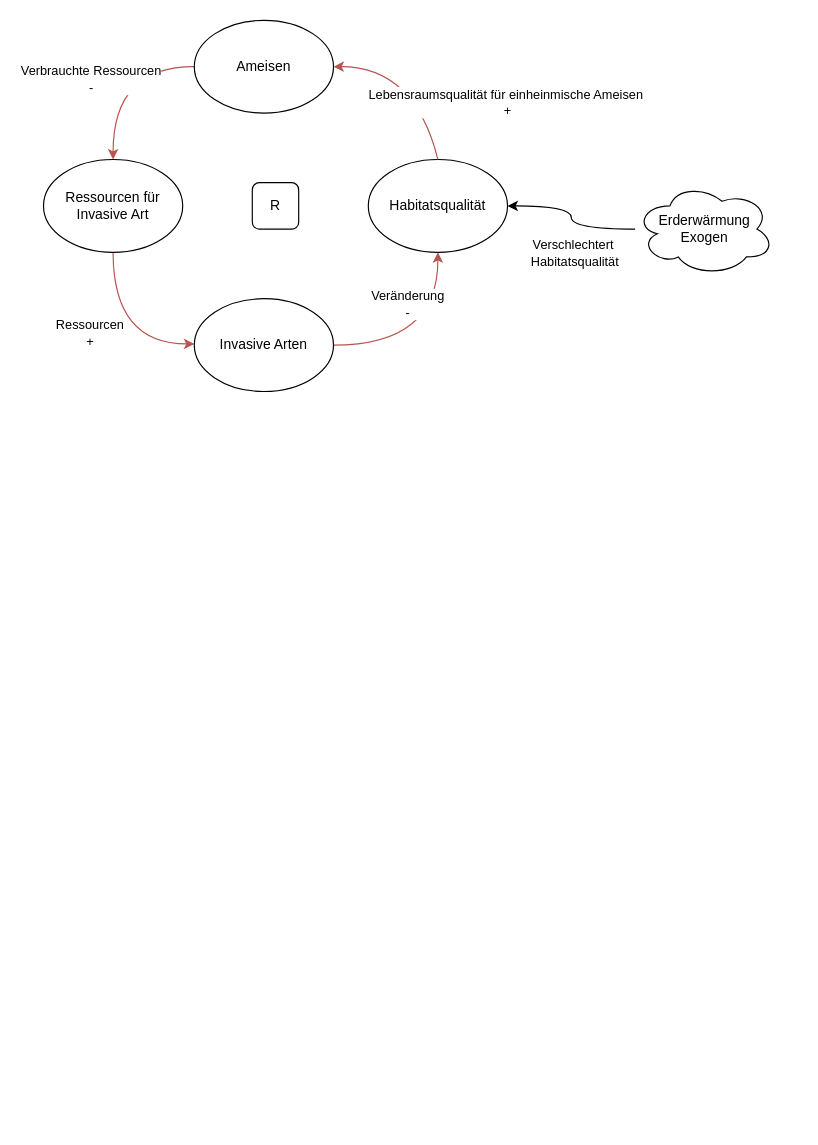
Earlier version of the draw.io diagram SystemModellierungen/Causal_loop_Simplified.drawio (c4-hash/mss_ameisen). Source tidied: cells renumbered, new cells numbered last; positions are measured from the earlier drawing's top-left corner, leaving out a move shared by most shapes. Both pictures are drawn from the tidied source at 116%, with x=0, y=0 at pixel (43, 20).
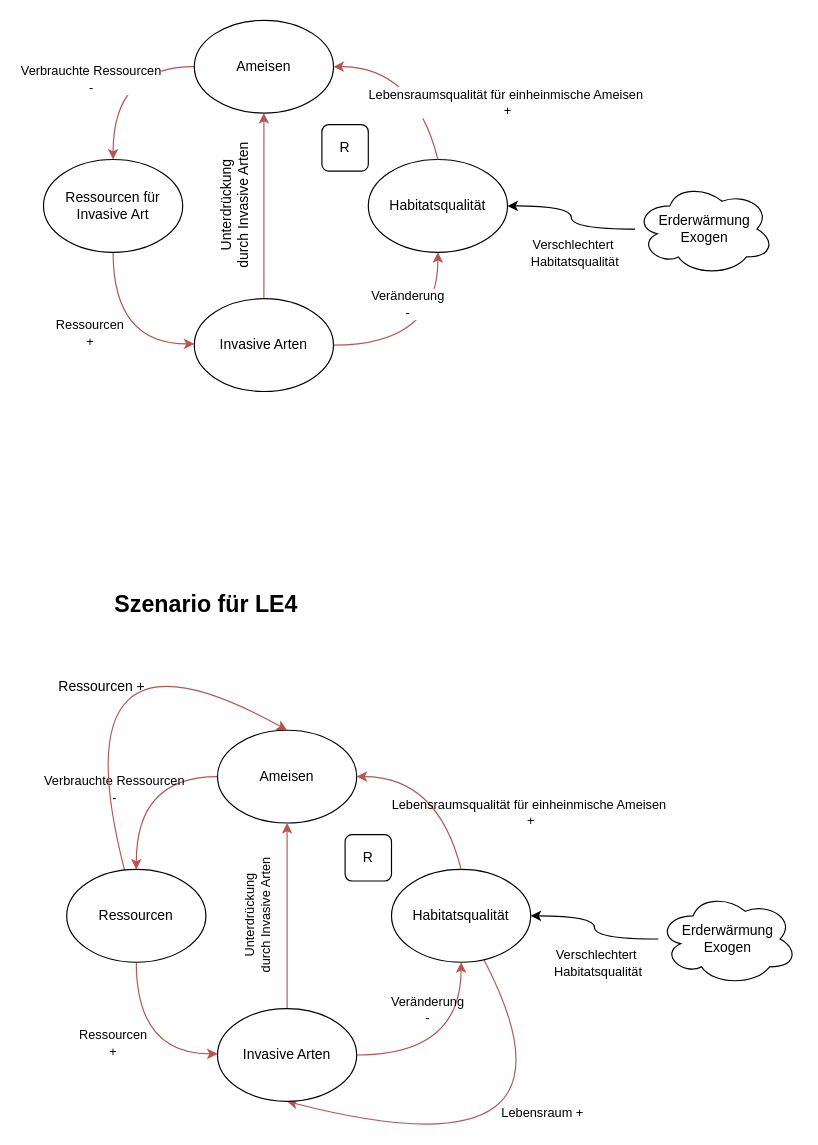
After the change.

The change refers to these unchanged cells:
```xml
<mxCell id="4" value="Ameisen" style="ellipse;whiteSpace=wrap;html=1;" parent="1" vertex="1">
  <mxGeometry x="130" width="120" height="80" as="geometry" />
</mxCell>
<mxCell id="13" value="Invasive Arten" style="ellipse;whiteSpace=wrap;html=1;" parent="1" vertex="1">
  <mxGeometry x="130" y="240" width="120" height="80" as="geometry" />
</mxCell>
```

Change to the diagram source:
```diff
@@
+    <mxCell id="18" style="edgeStyle=none;html=1;strokeColor=#B85450;" parent="1" edge="1" source="13" target="4">
+      <mxGeometry relative="1" as="geometry" />
+    </mxCell>
@@
     <mxCell id="17" value="R" style="rounded=1;whiteSpace=wrap;html=1;" parent="1" vertex="1">
-      <mxGeometry x="180" y="140" width="40" height="40" as="geometry" />
+      <mxGeometry x="240" y="90" width="40" height="40" as="geometry" />
     </mxCell>
+    <mxCell id="19" value="Unterdrückung&lt;div&gt;durch Invasive Arten&lt;/div&gt;" style="text;html=1;align=center;verticalAlign=middle;strokeColor=none;fillColor=none;rotation=-90;" parent="1" vertex="1">
+      <mxGeometry x="100" y="140" width="130" height="40" as="geometry" />
+    </mxCell>
+    <mxCell id="20" style="edgeStyle=orthogonalEdgeStyle;rounded=0;jettySize=auto;html=1;exitX=0;exitY=0.5;exitDx=0;exitDy=0;curved=1;fillColor=#f8cecc;strokeColor=#b85450;entryX=0.5;entryY=0;entryDx=0;entryDy=0;" parent="1" edge="1" source="22" target="26">
+      <mxGeometry relative="1" as="geometry">
+        <Array as="points">
+          <mxPoint x="80" y="652" />
+        </Array>
+      </mxGeometry>
+    </mxCell>
+    <mxCell id="21" value="Verbrauchte Ressourcen&lt;div&gt;-&lt;/div&gt;" style="edgeLabel;html=1;align=center;verticalAlign=middle;labelBackgroundColor=none;" parent="20" vertex="1">
+      <mxGeometry x="0.38" relative="1" as="geometry">
+        <mxPoint x="-20" y="-23" as="offset" />
+      </mxGeometry>
+    </mxCell>
+    <mxCell id="22" value="Ameisen" style="ellipse;whiteSpace=wrap;html=1;" parent="1" vertex="1">
+      <mxGeometry x="150" y="612" width="120" height="80" as="geometry" />
+    </mxCell>
+    <mxCell id="23" style="edgeStyle=orthogonalEdgeStyle;rounded=0;jettySize=auto;html=1;curved=1;fillColor=#f8cecc;strokeColor=#b85450;exitX=0.5;exitY=1;exitDx=0;exitDy=0;" parent="1" edge="1" source="26" target="33">
+      <mxGeometry relative="1" as="geometry">
+        <Array as="points">
+          <mxPoint x="80" y="891" />
+        </Array>
+      </mxGeometry>
+    </mxCell>
+    <mxCell id="24" value="Ressourcen&lt;div&gt;+&lt;/div&gt;" style="edgeLabel;html=1;align=center;verticalAlign=middle;labelBackgroundColor=none;" parent="23" vertex="1">
+      <mxGeometry x="0.31" y="4" relative="1" as="geometry">
+        <mxPoint x="-40" y="-6" as="offset" />
+      </mxGeometry>
+    </mxCell>
+    <mxCell id="25" style="edgeStyle=none;html=1;entryX=0.5;entryY=0;entryDx=0;entryDy=0;rounded=0;curved=1;strokeColor=#B85450;" parent="1" edge="1" source="26" target="22">
+      <mxGeometry relative="1" as="geometry">
+        <Array as="points">
+          <mxPoint x="10" y="500" />
+        </Array>
+      </mxGeometry>
+    </mxCell>
+    <mxCell id="26" value="Ressourcen" style="ellipse;whiteSpace=wrap;html=1;" parent="1" vertex="1">
+      <mxGeometry x="20" y="732" width="120" height="80" as="geometry" />
+    </mxCell>
+    <mxCell id="27" style="edgeStyle=none;html=1;entryX=0.5;entryY=1;entryDx=0;entryDy=0;rounded=0;curved=1;strokeColor=#B85450;" parent="1" edge="1" source="29" target="33">
+      <mxGeometry relative="1" as="geometry">
+        <Array as="points">
+          <mxPoint x="480" y="1002" />
+        </Array>
+      </mxGeometry>
+    </mxCell>
+    <mxCell id="28" value="Lebensraum +" style="edgeLabel;html=1;align=center;verticalAlign=middle;labelBackgroundColor=none;" parent="27" vertex="1">
+      <mxGeometry x="-0.56" y="-36" relative="1" as="geometry">
+        <mxPoint x="31" y="18" as="offset" />
+      </mxGeometry>
+    </mxCell>
+    <mxCell id="29" value="Habitatsqualität" style="ellipse;whiteSpace=wrap;html=1;" parent="1" vertex="1">
+      <mxGeometry x="300" y="732" width="120" height="80" as="geometry" />
+    </mxCell>
+    <mxCell id="30" style="endArrow=classic;html=1;rounded=0;exitX=0.5;exitY=0;exitDx=0;exitDy=0;entryX=1;entryY=0.5;entryDx=0;entryDy=0;curved=1;fillColor=#f8cecc;strokeColor=#b85450;" parent="1" edge="1" source="29" target="22">
+      <mxGeometry relative="1" as="geometry">
+        <Array as="points">
+          <mxPoint x="340" y="652" />
+        </Array>
+      </mxGeometry>
+    </mxCell>
+    <mxCell id="31" value="Lebensraumsqualität für einheinmische Ameisen&amp;nbsp;&lt;div&gt;+&lt;/div&gt;" style="edgeLabel;html=1;align=center;verticalAlign=middle;labelBackgroundColor=none;" parent="30" vertex="1">
+      <mxGeometry x="0.19" y="28" relative="1" as="geometry">
+        <mxPoint x="88" y="2" as="offset" />
+      </mxGeometry>
+    </mxCell>
+    <mxCell id="32" style="edgeStyle=none;html=1;strokeColor=#B85450;" parent="1" edge="1" source="33" target="22">
+      <mxGeometry relative="1" as="geometry" />
+    </mxCell>
+    <mxCell id="33" value="Invasive Arten" style="ellipse;whiteSpace=wrap;html=1;" parent="1" vertex="1">
+      <mxGeometry x="150" y="852" width="120" height="80" as="geometry" />
+    </mxCell>
+    <mxCell id="34" style="edgeStyle=orthogonalEdgeStyle;rounded=0;jettySize=auto;html=1;curved=1;" parent="1" edge="1" source="36" target="29">
+      <mxGeometry relative="1" as="geometry" />
+    </mxCell>
+    <mxCell id="35" value="Verschlechtert&amp;nbsp;&lt;div&gt;Habitatsqualität&lt;/div&gt;" style="edgeLabel;html=1;align=center;verticalAlign=middle;labelBackgroundColor=none;" parent="34" vertex="1">
+      <mxGeometry x="-0.1" y="-2" relative="1" as="geometry">
+        <mxPoint y="24" as="offset" />
+      </mxGeometry>
+    </mxCell>
+    <mxCell id="36" value="Erderwärmung&lt;div&gt;Exogen&lt;/div&gt;" style="ellipse;shape=cloud;whiteSpace=wrap;html=1;" parent="1" vertex="1">
+      <mxGeometry x="530" y="752" width="120" height="80" as="geometry" />
+    </mxCell>
+    <mxCell id="37" value="R" style="rounded=1;whiteSpace=wrap;html=1;" parent="1" vertex="1">
+      <mxGeometry x="260" y="702" width="40" height="40" as="geometry" />
+    </mxCell>
+    <mxCell id="38" value="Unterdrückung&lt;div&gt;durch Invasive Arten&lt;/div&gt;" style="text;html=1;align=center;verticalAlign=middle;strokeColor=none;fillColor=none;rotation=-90;fontSize=11;" parent="1" vertex="1">
+      <mxGeometry x="125" y="752" width="120" height="40" as="geometry" />
+    </mxCell>
+    <mxCell id="39" style="edgeStyle=orthogonalEdgeStyle;rounded=0;jettySize=auto;html=1;curved=1;fillColor=#f8cecc;strokeColor=#b85450;exitX=1;exitY=0.5;exitDx=0;exitDy=0;" parent="1" edge="1" source="33" target="29">
+      <mxGeometry relative="1" as="geometry" />
+    </mxCell>
+    <mxCell id="40" value="&lt;div&gt;Veränderung&lt;/div&gt;-" style="edgeLabel;html=1;align=center;verticalAlign=middle;labelBackgroundColor=none;" parent="39" vertex="1">
+      <mxGeometry x="0.01" y="-3" relative="1" as="geometry">
+        <mxPoint x="-26" y="-43" as="offset" />
+      </mxGeometry>
+    </mxCell>
+    <mxCell id="41" value="Ressourcen +" style="text;html=1;align=center;verticalAlign=middle;strokeColor=none;fillColor=none;" parent="1" vertex="1">
+      <mxGeometry y="560" width="100" height="30" as="geometry" />
+    </mxCell>
+    <mxCell id="42" value="&lt;b&gt;&lt;font style=&quot;font-size: 20px;&quot;&gt;Szenario für LE4&lt;/font&gt;&lt;/b&gt;" style="text;html=1;align=center;verticalAlign=middle;strokeColor=none;fillColor=none;" parent="1" vertex="1">
+      <mxGeometry x="50" y="483" width="180" height="40" as="geometry" />
+    </mxCell>
```
